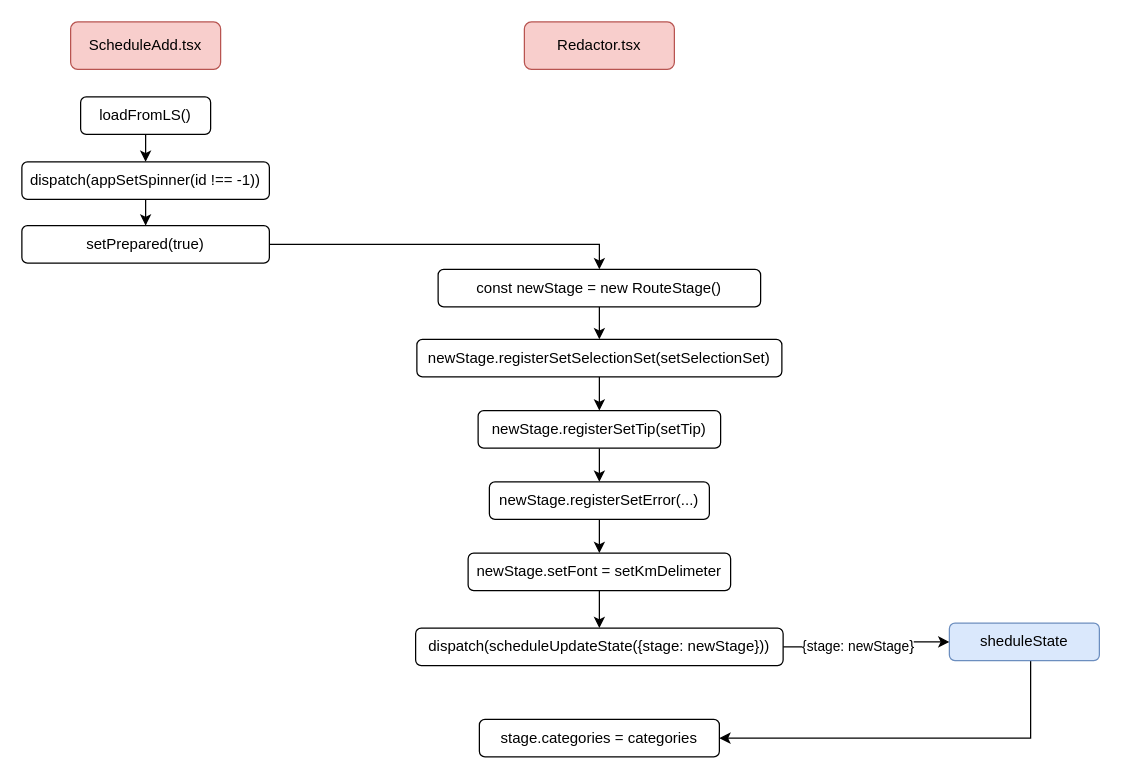
orlov-oleg-developer/asuter-UML keeps this draw.io diagram as page "Загрузка страницы" (3 of 6) of График движения.drawio. Above is the earlier version. Source tidied: cells renumbered, new cells numbered last; positions are measured from the earlier drawing's top-left corner, leaving out a move shared by most shapes. Both pictures are drawn from the tidied source at 125%, with x=0, y=0 at pixel (21, 21).
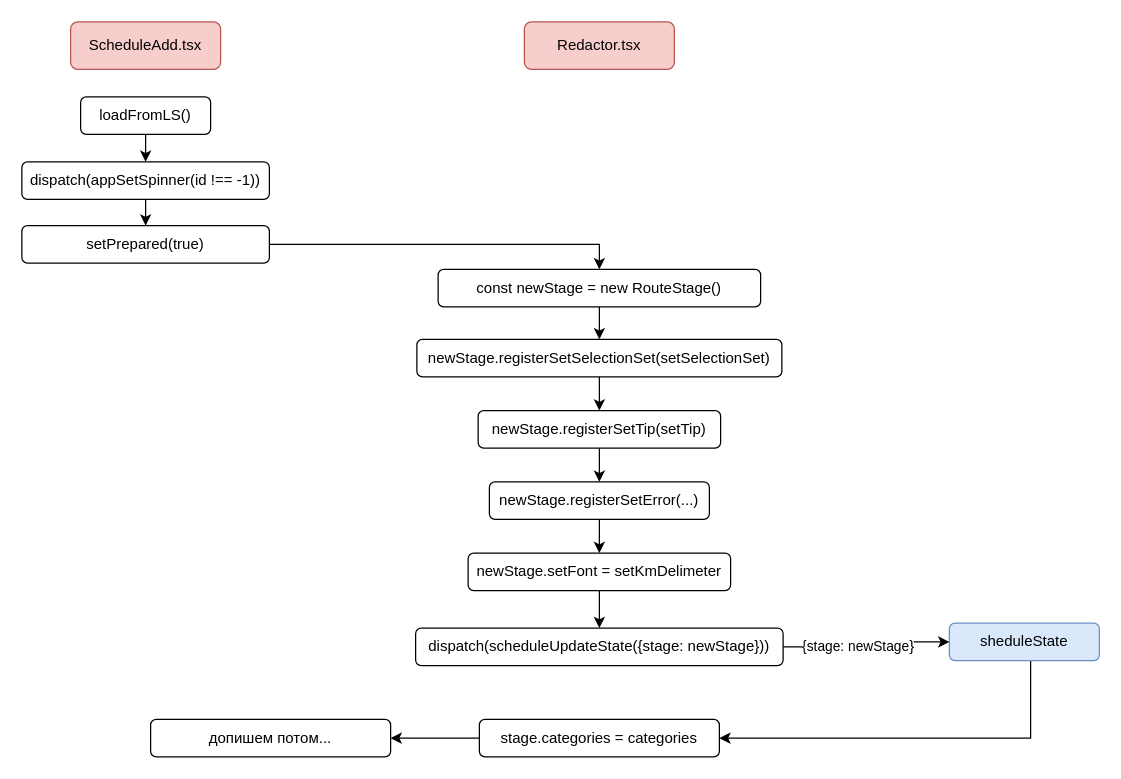
The same diagram, later.

Unchanged cells that the change refers to:
```xml
<mxCell id="18" value="stage.categories = categories" style="rounded=1;whiteSpace=wrap;html=1;" parent="1" vertex="1">
  <mxGeometry x="366" y="558" width="192" height="30" as="geometry" />
</mxCell>
```

Diff of the diagram source:
```diff
@@
+    <mxCell id="26" style="edgeStyle=orthogonalEdgeStyle;rounded=0;jettySize=auto;html=1;entryX=1;entryY=0.5;entryDx=0;entryDy=0;" parent="1" edge="1" source="18" target="27">
+      <mxGeometry relative="1" as="geometry" />
+    </mxCell>
@@
+    <mxCell id="27" value="допишем потом..." style="rounded=1;whiteSpace=wrap;html=1;" parent="1" vertex="1">
+      <mxGeometry x="103" y="558" width="192" height="30" as="geometry" />
+    </mxCell>
```
